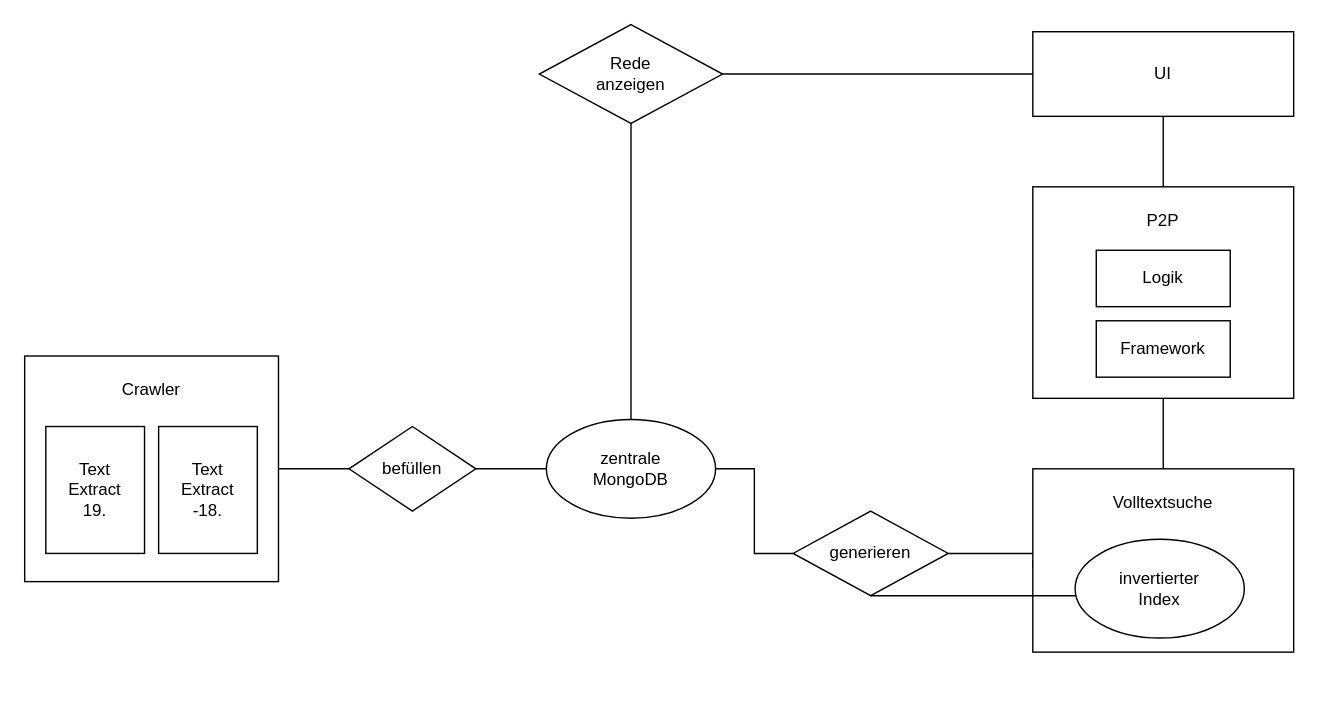
htw-projekt-p2p-volltextsuche/p2p-volltextsuche keeps this draw.io diagram as Architekturdiagramm.drawio. Above is the earlier version. Source tidied: cells renumbered, new cells numbered last; positions are measured from the earlier drawing's top-left corner, leaving out a move shared by most shapes. Both pictures are drawn from the tidied source at 141%, with x=0, y=0 at pixel (24, 24).
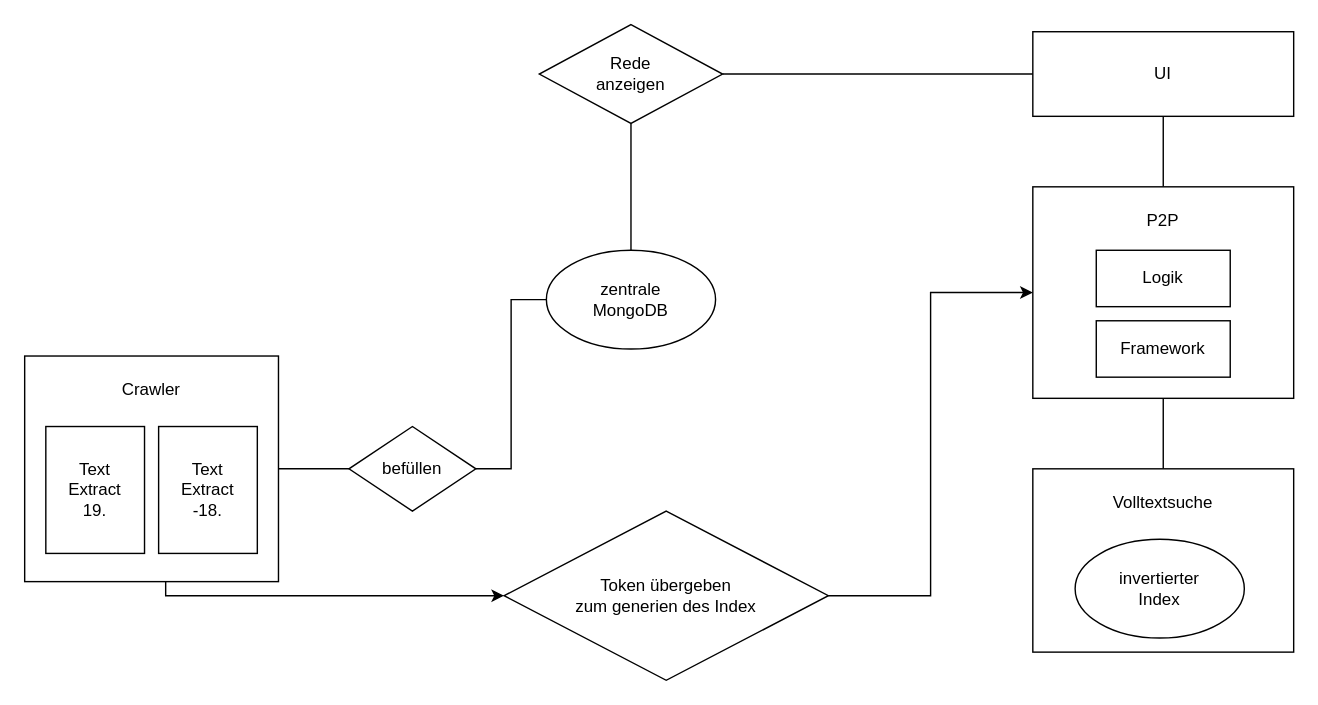
After the change.

Unchanged cells that the change refers to:
```xml
<mxCell id="3" value="Crawler&lt;div style=&quot;text-align: justify&quot;&gt;&lt;/div&gt;" style="rounded=0;whiteSpace=wrap;html=1;verticalAlign=top;spacingTop=10;" parent="1" vertex="1">
  <mxGeometry y="235" width="180" height="160" as="geometry" />
</mxCell>
<mxCell id="12" value="Volltextsuche" style="rounded=0;whiteSpace=wrap;html=1;verticalAlign=top;spacingTop=10;" parent="1" vertex="1">
  <mxGeometry x="715" y="315" width="185" height="130" as="geometry" />
</mxCell>
<mxCell id="15" value="invertierter&lt;br&gt;Index" style="ellipse;whiteSpace=wrap;html=1;" parent="1" vertex="1">
  <mxGeometry x="745" y="365" width="120" height="70" as="geometry" />
</mxCell>
<mxCell id="18" value="P2P" style="rounded=0;whiteSpace=wrap;html=1;verticalAlign=top;spacingTop=10;" parent="1" vertex="1">
  <mxGeometry x="715" y="115" width="185" height="150" as="geometry" />
</mxCell>
```

Change to the diagram source:
```diff
@@
+    <mxCell id="24" style="edgeStyle=orthogonalEdgeStyle;rounded=0;jettySize=auto;html=1;entryX=0;entryY=0.5;entryDx=0;entryDy=0;" parent="1" edge="1" source="3" target="26">
+      <mxGeometry relative="1" as="geometry">
+        <Array as="points">
+          <mxPoint x="100" y="405" />
+        </Array>
+      </mxGeometry>
+    </mxCell>
@@
-    <mxCell id="8" style="edgeStyle=orthogonalEdgeStyle;rounded=0;jettySize=auto;html=1;entryX=1;entryY=0.5;entryDx=0;entryDy=0;endArrow=none;endFill=0;" parent="1" edge="1" source="10" target="13">
-      <mxGeometry relative="1" as="geometry" />
-    </mxCell>
-    <mxCell id="9" style="edgeStyle=orthogonalEdgeStyle;rounded=0;jettySize=auto;html=1;endArrow=none;endFill=0;entryX=0;entryY=0.5;entryDx=0;entryDy=0;exitX=1;exitY=0.5;exitDx=0;exitDy=0;" parent="1" edge="1" source="10" target="12">
-      <mxGeometry relative="1" as="geometry">
-        <Array as="points">
-          <mxPoint x="770" y="375" />
-          <mxPoint x="770" y="385" />
-        </Array>
-      </mxGeometry>
-    </mxCell>
-    <mxCell id="10" value="generieren" style="rhombus;whiteSpace=wrap;html=1;" parent="1" vertex="1">
-      <mxGeometry x="545" y="345" width="110" height="60" as="geometry" />
-    </mxCell>
@@
     <mxCell id="13" value="zentrale&lt;br&gt;MongoDB" style="ellipse;whiteSpace=wrap;html=1;" parent="1" vertex="1">
-      <mxGeometry x="370" y="280" width="120" height="70" as="geometry" />
+      <mxGeometry x="370" y="160" width="120" height="70" as="geometry" />
     </mxCell>
-    <mxCell id="14" style="edgeStyle=orthogonalEdgeStyle;rounded=0;jettySize=auto;html=1;entryX=0.5;entryY=1;entryDx=0;entryDy=0;endArrow=none;endFill=0;" parent="1" edge="1" source="15" target="10">
-      <mxGeometry relative="1" as="geometry">
-        <Array as="points">
-          <mxPoint x="765" y="405" />
-          <mxPoint x="765" y="405" />
-        </Array>
-      </mxGeometry>
-    </mxCell>
@@
+    <mxCell id="25" style="edgeStyle=orthogonalEdgeStyle;rounded=0;jettySize=auto;html=1;entryX=0;entryY=0.5;entryDx=0;entryDy=0;" parent="1" edge="1" source="26" target="18">
+      <mxGeometry relative="1" as="geometry" />
+    </mxCell>
+    <mxCell id="26" value="Token übergeben&lt;br&gt;zum generien des Index" style="rhombus;whiteSpace=wrap;html=1;" parent="1" vertex="1">
+      <mxGeometry x="340" y="345" width="230" height="120" as="geometry" />
+    </mxCell>
```
